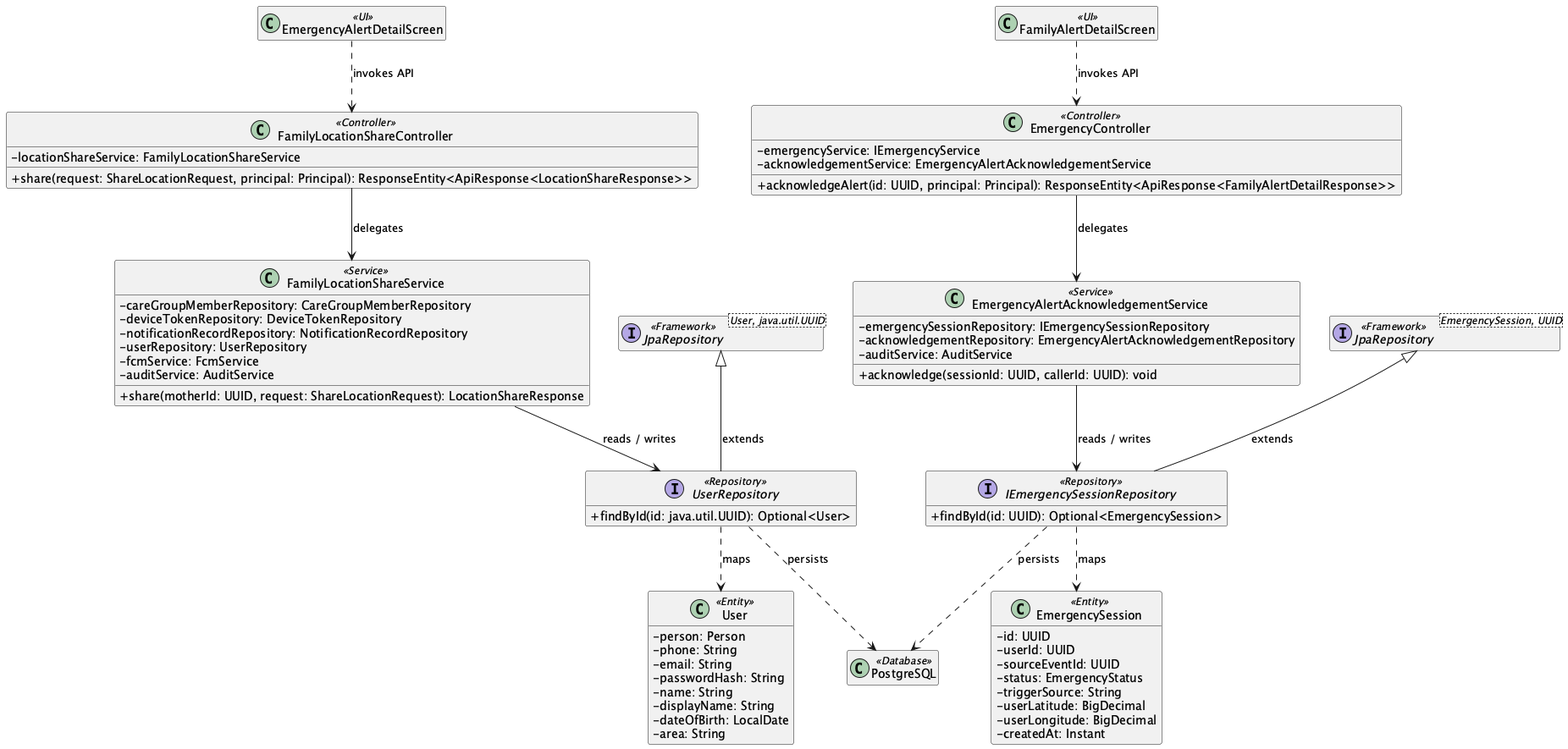
Earlier version of the PlantUML export 03_Design/Detailed_Design/MF07_Emergency_Map_Nearby_Care_Support/images/02_Emergency_Session_Family_Alert_and_Response_ClassDiagram.png (ChuongBDHE172784/CareBridge_SEP490_G79).
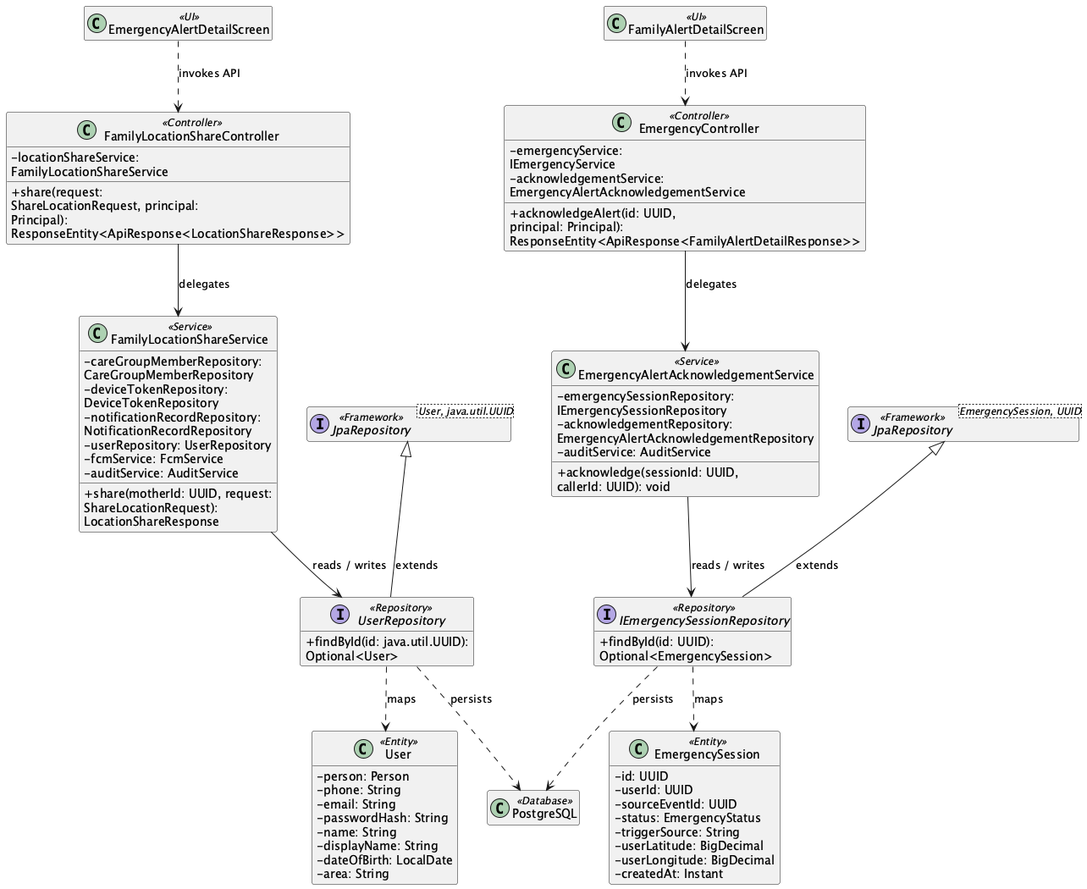
The same file after the commit.

Diff of the diagram source:
```diff
@@ -1,5 +1,6 @@
-@startuml
+@startuml ClassDiagram_02EmergencySessionFamilyAlertandResponse
 skinparam classAttributeIconSize 0
+skinparam wrapWidth 250
 hide empty members
 
 class "EmergencyAlertDetailScreen" as UIEmergencyAlertDetailScreen <<UI>>
```
